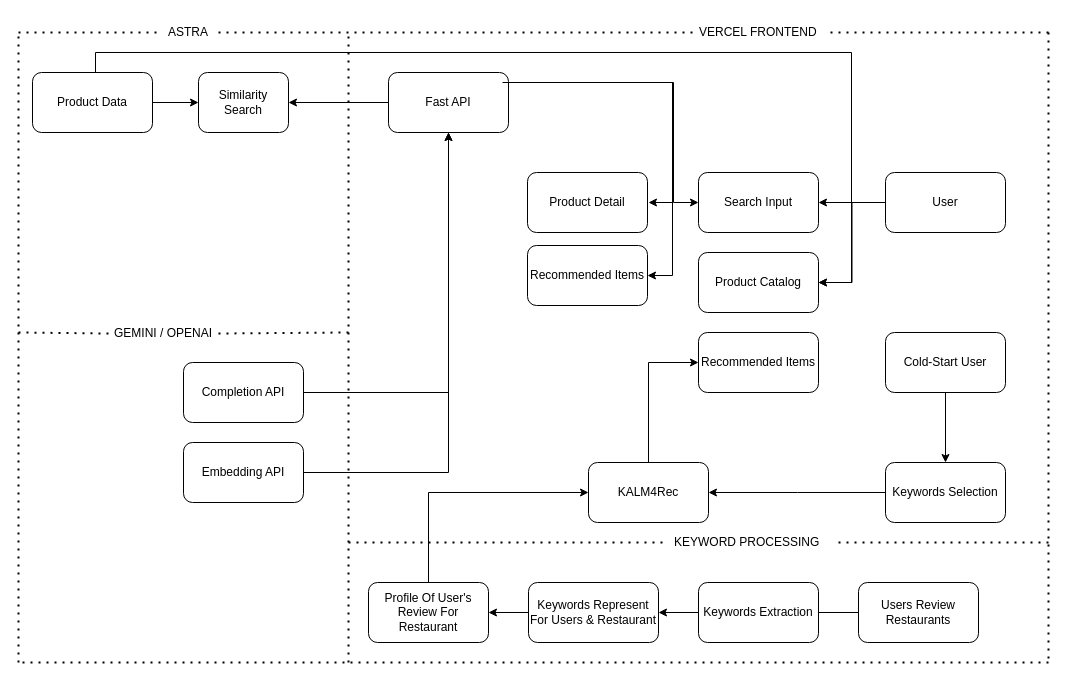
The draw.io diagram Untitled Diagram.drawio in Mancupfire/KALM4Rec_DemoDesign, before the edit. Source tidied: cells renumbered, new cells numbered last; positions are measured from the earlier drawing's top-left corner, leaving out a move shared by most shapes. Both pictures are drawn from the tidied source at 100%, with x=0, y=0 at pixel (18, 17).
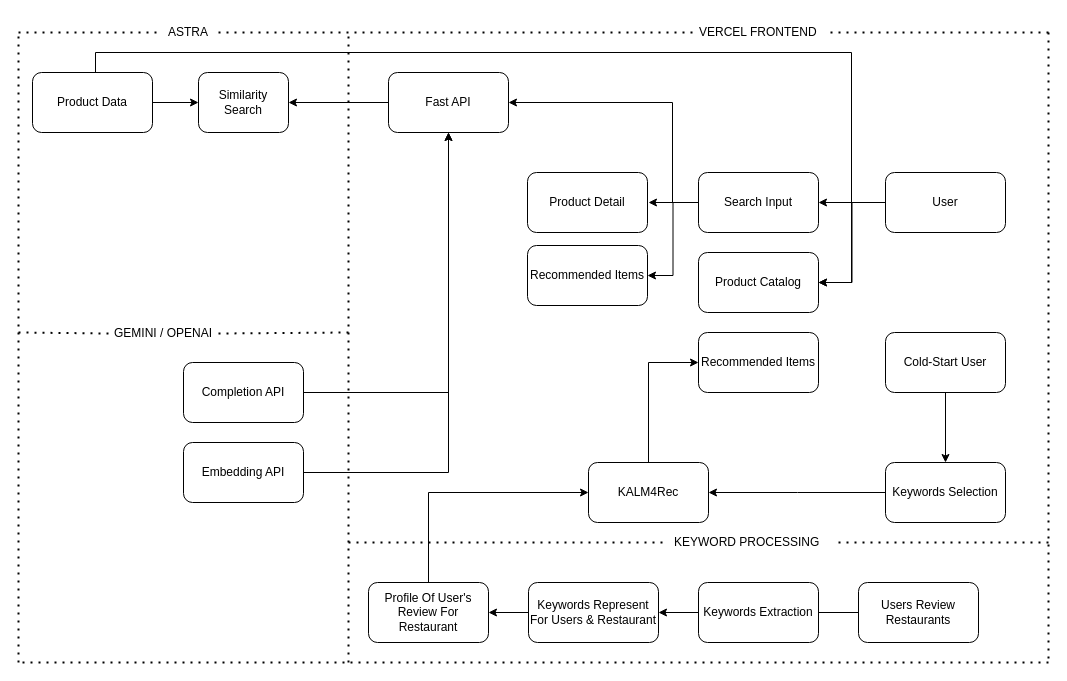
After the change.

Commit message:
Em update lại rồi ạ

The change refers to these unchanged cells:
```xml
<mxCell id="19" value="Search Input" style="rounded=1;whiteSpace=wrap;html=1;" parent="1" vertex="1">
  <mxGeometry x="680" y="155" width="120" height="60" as="geometry" />
</mxCell>
<mxCell id="22" value="Recommended Items" style="rounded=1;whiteSpace=wrap;html=1;" parent="1" vertex="1">
  <mxGeometry x="509" y="228" width="120" height="60" as="geometry" />
</mxCell>
```

What changed in the source:
```diff
@@
+    <mxCell id="53" style="edgeStyle=orthogonalEdgeStyle;rounded=0;jettySize=auto;html=1;" parent="1" edge="1" source="19">
+      <mxGeometry relative="1" as="geometry">
+        <mxPoint x="630" y="185" as="targetPoint" />
+      </mxGeometry>
+    </mxCell>
+    <mxCell id="54" style="edgeStyle=orthogonalEdgeStyle;rounded=0;jettySize=auto;html=1;entryX=1;entryY=0.5;entryDx=0;entryDy=0;" parent="1" edge="1" source="19" target="22">
+      <mxGeometry relative="1" as="geometry" />
+    </mxCell>
+    <mxCell id="55" style="edgeStyle=orthogonalEdgeStyle;rounded=0;orthogonalLoop=1;jettySize=auto;html=1;" parent="1" edge="1">
+      <mxGeometry relative="1" as="geometry">
+        <mxPoint x="684" y="185" as="sourcePoint" />
+        <mxPoint x="490" y="85" as="targetPoint" />
+        <Array as="points">
+          <mxPoint x="654" y="185" />
+          <mxPoint x="654" y="85" />
+        </Array>
+      </mxGeometry>
+    </mxCell>
@@
-    <mxCell id="24" style="edgeStyle=orthogonalEdgeStyle;rounded=0;jettySize=auto;html=1;" parent="1" edge="1" target="19">
-      <mxGeometry relative="1" as="geometry">
-        <mxPoint x="475" y="65" as="sourcePoint" />
-        <Array as="points">
-          <mxPoint x="655" y="65" />
-          <mxPoint x="655" y="185" />
-        </Array>
-      </mxGeometry>
-    </mxCell>
-    <mxCell id="25" style="edgeStyle=orthogonalEdgeStyle;rounded=0;orthogonalLoop=1;jettySize=auto;html=1;" parent="1" edge="1">
-      <mxGeometry relative="1" as="geometry">
-        <mxPoint x="474" y="65" as="sourcePoint" />
-        <mxPoint x="630" y="185" as="targetPoint" />
-        <Array as="points">
-          <mxPoint x="654" y="65" />
-          <mxPoint x="654" y="185" />
-        </Array>
-      </mxGeometry>
-    </mxCell>
@@
-    <mxCell id="28" style="edgeStyle=orthogonalEdgeStyle;rounded=0;jettySize=auto;html=1;" parent="1" edge="1" target="22">
-      <mxGeometry relative="1" as="geometry">
-        <mxPoint x="484" y="65" as="sourcePoint" />
-        <Array as="points">
-          <mxPoint x="654" y="65" />
-          <mxPoint x="654" y="258" />
-        </Array>
-      </mxGeometry>
-    </mxCell>
```
